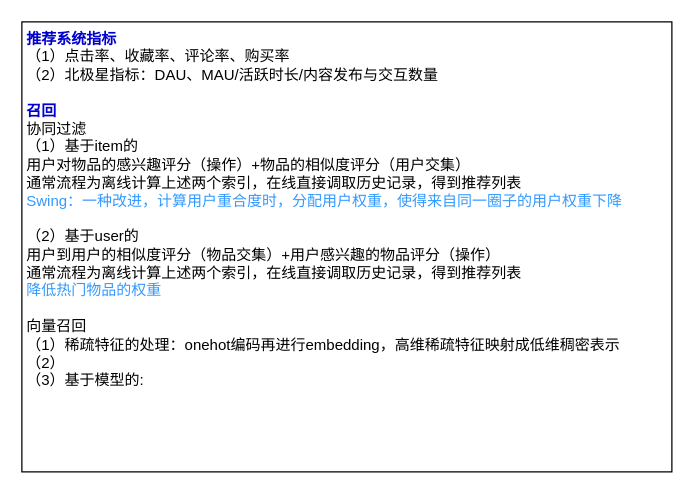
limpid-11/drawio keeps this draw.io diagram as 推荐学习笔记.drawio. Above is the earlier version. Source tidied: cells renumbered, new cells numbered last; positions are measured from the earlier drawing's top-left corner, leaving out a move shared by most shapes. Both pictures are drawn from the tidied source at 125%, with x=0, y=0 at pixel (21, 21).
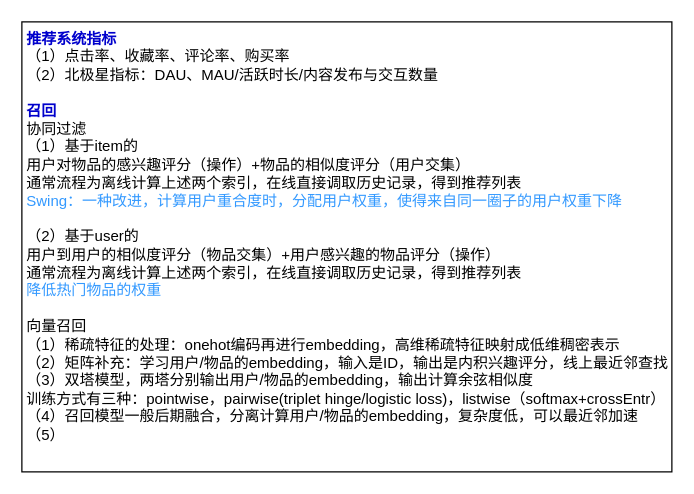
Above is the later version.

Commit message (it also covers changes not shown here):
更新推荐学习笔记.drawio

Change to the diagram source:
```diff
@@
 <mxGraphModel>
   <root>
     <mxCell id="0" />
     <mxCell id="1" parent="0" />
-    <mxCell id="2" value="&lt;font color=&quot;#0000cc&quot;&gt;&lt;b&gt;推荐系统指标&lt;/b&gt;&lt;/font&gt;&lt;div&gt;（1）点击率、收藏率、评论率、购买率&lt;/div&gt;&lt;div&gt;（2）北极星指标：DAU、MAU/活跃时长/内容发布与交互数量&lt;/div&gt;&lt;div&gt;&lt;br&gt;&lt;/div&gt;&lt;div&gt;&lt;font color=&quot;#0000cc&quot;&gt;&lt;b&gt;召回&lt;/b&gt;&lt;/font&gt;&lt;/div&gt;&lt;div&gt;协同过滤&lt;/div&gt;&lt;div&gt;（1）基于item的&lt;/div&gt;&lt;div&gt;用户对物品的感兴趣评分（操作）+物品的相似度评分（用户交集）&lt;/div&gt;&lt;div&gt;通常流程为离线计算上述两个索引，在线直接调取历史记录，得到推荐列表&lt;/div&gt;&lt;div&gt;&lt;font color=&quot;#3399ff&quot;&gt;Swing：一种改进，计算用户重合度时，分配用户权重，使得来自同一圈子的用户权重下降&lt;/font&gt;&lt;/div&gt;&lt;div&gt;&lt;br&gt;&lt;/div&gt;&lt;div&gt;（2）基于user的&lt;/div&gt;&lt;div&gt;用户到用户的相似度评分（物品交集）+用户感兴趣的物品评分（操作）&lt;/div&gt;&lt;div&gt;通常流程为离线计算上述两个索引，在线直接调取历史记录，得到推荐列表&lt;br&gt;&lt;/div&gt;&lt;div&gt;&lt;font color=&quot;#3399ff&quot;&gt;降低热门物品的权重&lt;/font&gt;&lt;/div&gt;&lt;div&gt;&lt;br&gt;&lt;/div&gt;&lt;div&gt;向量召回&lt;/div&gt;&lt;div&gt;（1）稀疏特征的处理：onehot编码再进行embedding，高维稀疏特征映射成低维稠密表示&lt;/div&gt;&lt;div&gt;（2）&lt;/div&gt;&lt;div&gt;（3）基于模型的:&lt;/div&gt;&lt;div&gt;&lt;br&gt;&lt;/div&gt;" style="rounded=0;whiteSpace=wrap;html=1;align=left;verticalAlign=top;spacingLeft=2;" parent="1" vertex="1">
+    <mxCell id="2" value="&lt;font color=&quot;#0000cc&quot;&gt;&lt;b&gt;推荐系统指标&lt;/b&gt;&lt;/font&gt;&lt;div&gt;（1）点击率、收藏率、评论率、购买率&lt;/div&gt;&lt;div&gt;（2）北极星指标：DAU、MAU/活跃时长/内容发布与交互数量&lt;/div&gt;&lt;div&gt;&lt;br&gt;&lt;/div&gt;&lt;div&gt;&lt;font color=&quot;#0000cc&quot;&gt;&lt;b&gt;召回&lt;/b&gt;&lt;/font&gt;&lt;/div&gt;&lt;div&gt;协同过滤&lt;/div&gt;&lt;div&gt;（1）基于item的&lt;/div&gt;&lt;div&gt;用户对物品的感兴趣评分（操作）+物品的相似度评分（用户交集）&lt;/div&gt;&lt;div&gt;通常流程为离线计算上述两个索引，在线直接调取历史记录，得到推荐列表&lt;/div&gt;&lt;div&gt;&lt;font color=&quot;#3399ff&quot;&gt;Swing：一种改进，计算用户重合度时，分配用户权重，使得来自同一圈子的用户权重下降&lt;/font&gt;&lt;/div&gt;&lt;div&gt;&lt;br&gt;&lt;/div&gt;&lt;div&gt;（2）基于user的&lt;/div&gt;&lt;div&gt;用户到用户的相似度评分（物品交集）+用户感兴趣的物品评分（操作）&lt;/div&gt;&lt;div&gt;通常流程为离线计算上述两个索引，在线直接调取历史记录，得到推荐列表&lt;br&gt;&lt;/div&gt;&lt;div&gt;&lt;font color=&quot;#3399ff&quot;&gt;降低热门物品的权重&lt;/font&gt;&lt;/div&gt;&lt;div&gt;&lt;br&gt;&lt;/div&gt;&lt;div&gt;向量召回&lt;/div&gt;&lt;div&gt;（1）稀疏特征的处理：onehot编码再进行embedding，高维稀疏特征映射成低维稠密表示&lt;/div&gt;&lt;div&gt;（2）矩阵补充：学习用户/物品的embedding，输入是ID，输出是内积兴趣评分，线上最近邻查找&lt;/div&gt;&lt;div&gt;（3）双塔模型，两塔分别输出用户/物品的embedding，输出计算余弦相似度&lt;/div&gt;&lt;div&gt;训练方式有三种：pointwise，pairwise(triplet hinge/logistic loss)，listwise（softmax+crossEntr）&lt;/div&gt;&lt;div&gt;（4）召回模型一般后期融合，分离计算用户/物品的embedding，复杂度低，可以最近邻加速&lt;/div&gt;&lt;div&gt;（5）&lt;/div&gt;&lt;div&gt;&lt;br&gt;&lt;/div&gt;" style="rounded=0;whiteSpace=wrap;html=1;align=left;verticalAlign=top;spacingLeft=2;" parent="1" vertex="1">
       <mxGeometry width="520" height="360" as="geometry" />
     </mxCell>
   </root>
 </mxGraphModel>
```
